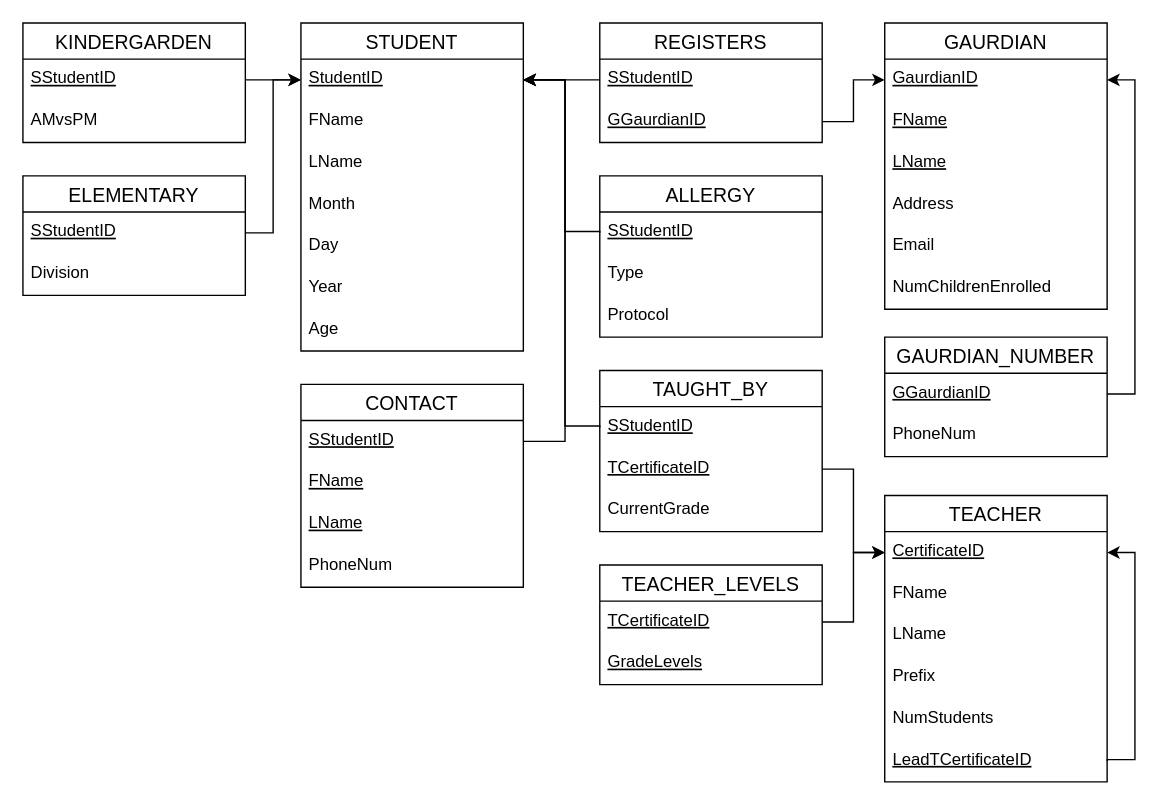
Earlier version of the draw.io diagram Untitled Diagram.drawio (Marshal-Kalynchuk/git-test). Source tidied: cells renumbered, new cells numbered last; positions are measured from the earlier drawing's top-left corner, leaving out a move shared by most shapes. Both pictures are drawn from the tidied source at 139%, with x=0, y=0 at pixel (22, 22).
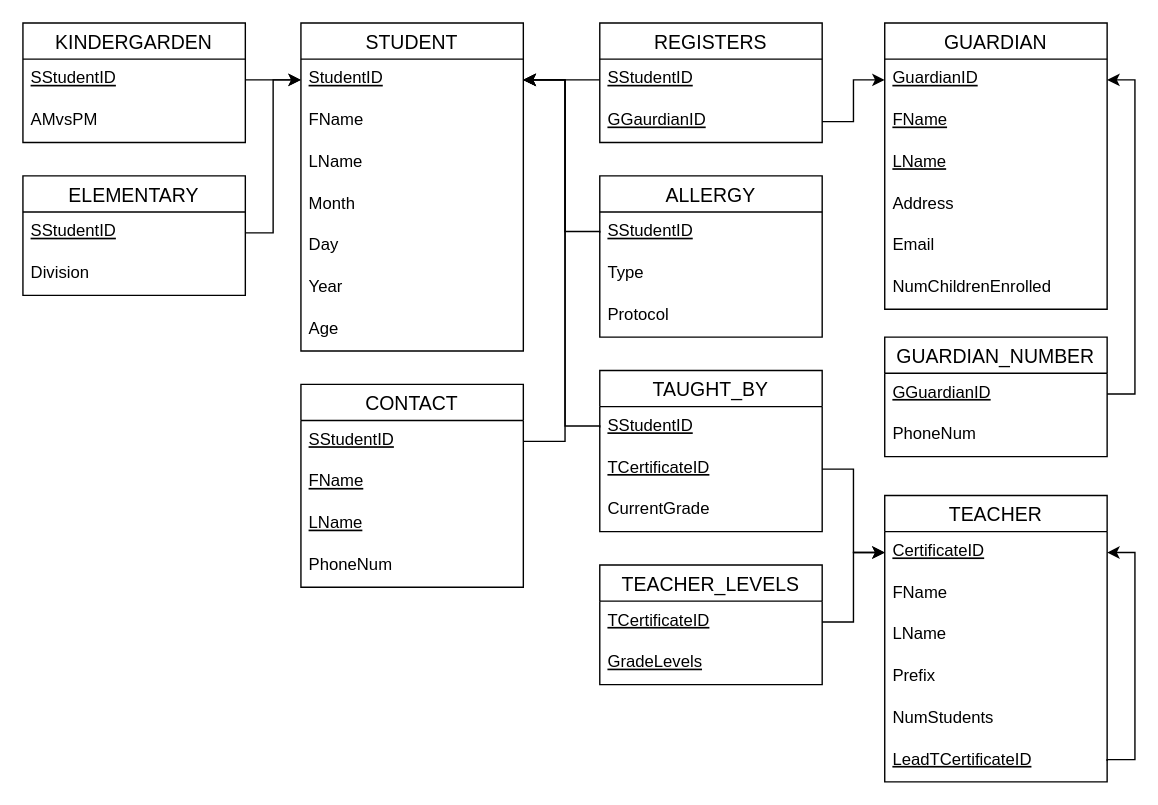
The same page after the edit.

The edit, as a diff of the source:
```diff
@@
-    <mxCell id="18" value="GAURDIAN" style="swimlane;fontStyle=0;horizontal=1;startSize=26;align=center;fontSize=14;" parent="1" vertex="1">
+    <mxCell id="18" value="GUARDIAN" style="swimlane;fontStyle=0;horizontal=1;startSize=26;align=center;fontSize=14;" parent="1" vertex="1">
       <mxGeometry x="620" width="160" height="206" as="geometry" />
     </mxCell>
-    <mxCell id="19" value="GaurdianID" style="text;strokeColor=none;fillColor=none;spacingLeft=4;spacingRight=4;overflow=hidden;points=[[0,0.5],[1,0.5]];portConstraint=eastwest;fontSize=12;fontStyle=4;" parent="18" vertex="1">
+    <mxCell id="19" value="GuardianID" style="text;strokeColor=none;fillColor=none;spacingLeft=4;spacingRight=4;overflow=hidden;points=[[0,0.5],[1,0.5]];portConstraint=eastwest;fontSize=12;fontStyle=4;" parent="18" vertex="1">
       <mxGeometry y="26" width="160" height="30" as="geometry" />
     </mxCell>
@@
-    <mxCell id="59" value="GAURDIAN_NUMBER" style="swimlane;fontStyle=0;horizontal=1;startSize=26;align=center;fontSize=14;" parent="1" vertex="1">
+    <mxCell id="59" value="GUARDIAN_NUMBER" style="swimlane;fontStyle=0;horizontal=1;startSize=26;align=center;fontSize=14;" parent="1" vertex="1">
       <mxGeometry x="620" y="226" width="160" height="86" as="geometry" />
     </mxCell>
-    <mxCell id="60" value="GGaurdianID" style="text;strokeColor=none;fillColor=none;spacingLeft=4;spacingRight=4;overflow=hidden;points=[[0,0.5],[1,0.5]];portConstraint=eastwest;fontSize=12;fontStyle=4;" parent="59" vertex="1">
+    <mxCell id="60" value="GGuardianID" style="text;strokeColor=none;fillColor=none;spacingLeft=4;spacingRight=4;overflow=hidden;points=[[0,0.5],[1,0.5]];portConstraint=eastwest;fontSize=12;fontStyle=4;" parent="59" vertex="1">
       <mxGeometry y="26" width="160" height="30" as="geometry" />
     </mxCell>
```
